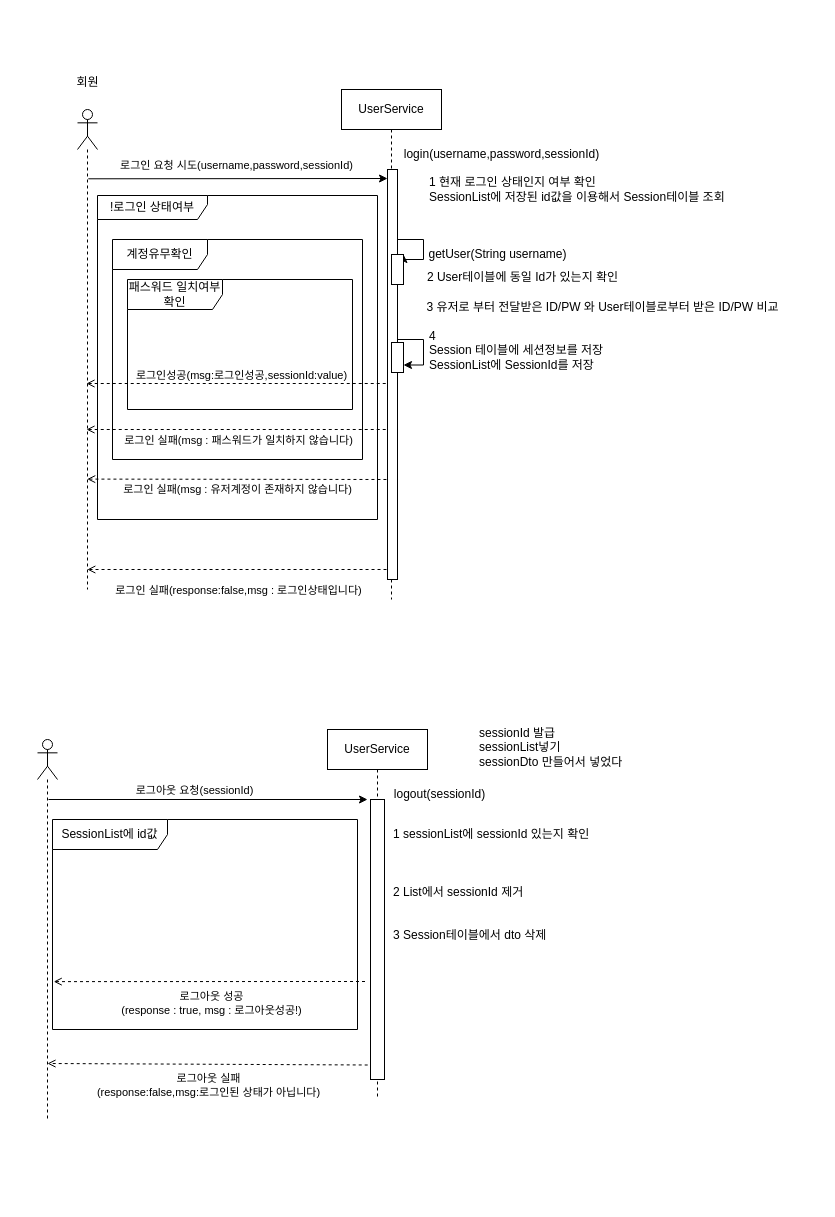
Before: src/Ch36/Document/03Day Logout Session.drawio in EM-ORG-2023-12-27/05_JAVA_ECLIPSE, a draw.io diagram. Source tidied: cells renumbered, new cells numbered last; positions are measured from the earlier drawing's top-left corner, leaving out a move shared by most shapes. Both pictures are drawn from the tidied source at 100%, with x=0, y=0 at pixel (37, 67).
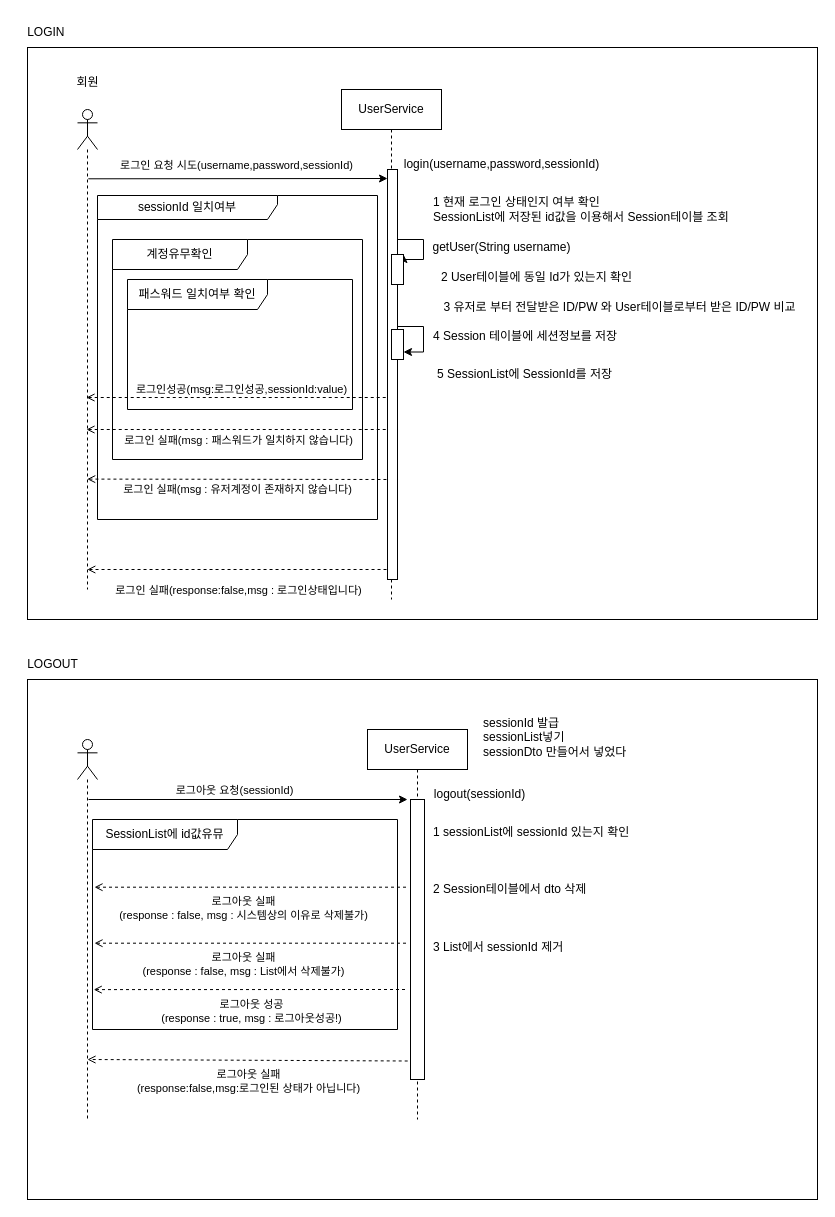
The same page after the edit.

Change to the diagram source:
```diff
@@
+    <mxCell id="42" style="html=1;whiteSpace=wrap;" parent="1" vertex="1">
+      <mxGeometry x="-10" y="612" width="790" height="520" as="geometry" />
+    </mxCell>
+    <mxCell id="43" style="html=1;whiteSpace=wrap;" parent="1" vertex="1">
+      <mxGeometry x="-10" y="-20" width="790" height="572" as="geometry" />
+    </mxCell>
@@
-    <mxCell id="5" value="4&amp;nbsp;&lt;div&gt;Session 테이블에 세션정보를 저장&lt;/div&gt;&lt;div&gt;SessionList에 SessionId를 저장&lt;br&gt;&lt;div&gt;&lt;br&gt;&lt;/div&gt;&lt;/div&gt;" style="text;html=1;align=left;verticalAlign=middle;strokeColor=none;fillColor=none;" parent="1" vertex="1">
-      <mxGeometry x="390" y="255" width="210" height="70" as="geometry" />
+    <mxCell id="5" value="4&amp;nbsp;&lt;span style=&quot;background-color: initial;&quot;&gt;Session 테이블에 세션정보를 저장&lt;/span&gt;&lt;div&gt;&lt;br&gt;&lt;div&gt;&lt;br&gt;&lt;/div&gt;&lt;div&gt;&lt;div&gt;&lt;br&gt;&lt;/div&gt;&lt;/div&gt;&lt;/div&gt;" style="text;html=1;align=left;verticalAlign=middle;strokeColor=none;fillColor=none;" parent="1" vertex="1">
+      <mxGeometry x="394" y="255" width="220" height="70" as="geometry" />
     </mxCell>
@@
     <mxCell id="11" value="1 현재 로그인 상태인지 여부 확인&lt;div&gt;SessionList에 저장된 id값을 이용해서 Session테이블 조회&lt;/div&gt;" style="text;html=1;align=left;verticalAlign=middle;strokeColor=none;fillColor=none;" parent="1" vertex="1">
-      <mxGeometry x="390" y="102" width="330" height="40" as="geometry" />
+      <mxGeometry x="394" y="122" width="330" height="40" as="geometry" />
     </mxCell>
-    <mxCell id="12" value="&lt;span style=&quot;text-wrap: nowrap;&quot;&gt;!로그인 상태여부&lt;/span&gt;" style="shape=umlFrame;whiteSpace=wrap;html=1;width=110;height=24;" parent="1" vertex="1">
+    <mxCell id="12" value="&lt;span style=&quot;text-wrap: nowrap;&quot;&gt;sessionId 일치여부&lt;/span&gt;" style="shape=umlFrame;whiteSpace=wrap;html=1;width=180;height=24;" parent="1" vertex="1">
       <mxGeometry x="60" y="128" width="280" height="324" as="geometry" />
     </mxCell>
@@
     <mxCell id="15" value="2 User테이블에 동일 Id가 있는지 확인" style="text;html=1;align=center;verticalAlign=middle;strokeColor=none;fillColor=none;" parent="1" vertex="1">
-      <mxGeometry x="370" y="195" width="230" height="30" as="geometry" />
+      <mxGeometry x="384" y="195" width="230" height="30" as="geometry" />
     </mxCell>
     <mxCell id="16" value="getUser(String username)" style="text;html=1;align=center;verticalAlign=middle;strokeColor=none;fillColor=none;" parent="1" vertex="1">
-      <mxGeometry x="380" y="172" width="160" height="30" as="geometry" />
+      <mxGeometry x="384" y="165" width="160" height="30" as="geometry" />
     </mxCell>
     <mxCell id="17" value="3 유저로 부터 전달받은 ID/PW 와 User테이블로부터 받은 ID/PW 비교" style="text;html=1;align=center;verticalAlign=middle;strokeColor=none;fillColor=none;" parent="1" vertex="1">
-      <mxGeometry x="370" y="225" width="390" height="30" as="geometry" />
+      <mxGeometry x="387" y="225" width="390" height="30" as="geometry" />
     </mxCell>
-    <mxCell id="18" value="계정유무확인" style="shape=umlFrame;whiteSpace=wrap;html=1;width=95;height=30;" parent="1" vertex="1">
+    <mxCell id="18" value="계정유무확인" style="shape=umlFrame;whiteSpace=wrap;html=1;width=135;height=30;" parent="1" vertex="1">
       <mxGeometry x="75" y="172" width="250" height="220" as="geometry" />
     </mxCell>
@@
-    <mxCell id="21" value="패스워드 일치여부 확인" style="shape=umlFrame;whiteSpace=wrap;html=1;width=95;height=30;" parent="1" vertex="1">
+    <mxCell id="21" value="패스워드 일치여부 확인" style="shape=umlFrame;whiteSpace=wrap;html=1;width=140;height=30;" parent="1" vertex="1">
       <mxGeometry x="90" y="212" width="225" height="130" as="geometry" />
     </mxCell>
@@
     <mxCell id="24" value="login(username,password,sessionId)" style="text;html=1;align=center;verticalAlign=middle;strokeColor=none;fillColor=none;" parent="1" vertex="1">
-      <mxGeometry x="354" y="72" width="220" height="30" as="geometry" />
+      <mxGeometry x="354" y="82" width="220" height="30" as="geometry" />
     </mxCell>
     <mxCell id="25" style="endArrow=none;startArrow=open;endFill=0;startFill=0;html=1;rounded=0;dashed=1;" parent="1" edge="1">
       <mxGeometry relative="1" as="geometry">
-        <mxPoint x="49" y="316" as="sourcePoint" />
-        <mxPoint x="350" y="316" as="targetPoint" />
+        <mxPoint x="49" y="330" as="sourcePoint" />
+        <mxPoint x="350" y="330" as="targetPoint" />
       </mxGeometry>
     </mxCell>
@@
     <mxCell id="27" style="edgeStyle=orthogonalEdgeStyle;rounded=0;orthogonalLoop=1;jettySize=auto;html=1;entryX=1;entryY=0.75;entryDx=0;entryDy=0;" parent="1" edge="1" source="28" target="28">
       <mxGeometry relative="1" as="geometry">
         <Array as="points">
-          <mxPoint x="360" y="272" />
-          <mxPoint x="386" y="272" />
-          <mxPoint x="386" y="297" />
+          <mxPoint x="360" y="259" />
+          <mxPoint x="386" y="259" />
+          <mxPoint x="386" y="284" />
         </Array>
       </mxGeometry>
     </mxCell>
     <mxCell id="28" style="rounded=0;whiteSpace=wrap;html=1;" parent="1" vertex="1">
-      <mxGeometry x="354" y="275" width="12" height="30" as="geometry" />
+      <mxGeometry x="354" y="262" width="12" height="30" as="geometry" />
     </mxCell>
     <mxCell id="29" style="shape=umlLifeline;perimeter=lifelinePerimeter;whiteSpace=wrap;html=1;newEdgeStyle={&quot;curved&quot;:0,&quot;rounded&quot;:0};participant=umlActor;" parent="1" vertex="1">
-      <mxGeometry y="672" width="20" height="380" as="geometry" />
+      <mxGeometry x="40" y="672" width="20" height="380" as="geometry" />
     </mxCell>
     <mxCell id="30" value="UserService" style="shape=umlLifeline;perimeter=lifelinePerimeter;whiteSpace=wrap;html=1;newEdgeStyle={&quot;curved&quot;:0,&quot;rounded&quot;:0};" parent="1" vertex="1">
-      <mxGeometry x="290" y="662" width="100" height="370" as="geometry" />
+      <mxGeometry x="330" y="662" width="100" height="390" as="geometry" />
     </mxCell>
     <mxCell id="31" style="endArrow=classic;html=1;rounded=0;" parent="1" edge="1">
       <mxGeometry relative="1" as="geometry">
-        <mxPoint x="11" y="732" as="sourcePoint" />
-        <mxPoint x="330" y="732" as="targetPoint" />
+        <mxPoint x="51" y="732" as="sourcePoint" />
+        <mxPoint x="370" y="732" as="targetPoint" />
       </mxGeometry>
     </mxCell>
@@
     <mxCell id="33" value="sessionId 발급&lt;div&gt;sessionList넣기&lt;/div&gt;&lt;div&gt;sessionDto 만들어서 넣었다&lt;/div&gt;&lt;div&gt;&lt;br&gt;&lt;/div&gt;" style="text;html=1;align=left;verticalAlign=middle;strokeColor=none;fillColor=none;" parent="1" vertex="1">
-      <mxGeometry x="440" y="652" width="170" height="70" as="geometry" />
+      <mxGeometry x="444" y="642" width="170" height="70" as="geometry" />
     </mxCell>
     <mxCell id="34" style="rounded=0;whiteSpace=wrap;html=1;" parent="1" vertex="1">
-      <mxGeometry x="333" y="732" width="14" height="280" as="geometry" />
+      <mxGeometry x="373" y="732" width="14" height="280" as="geometry" />
     </mxCell>
     <mxCell id="35" value="logout(sessionId)" style="text;html=1;align=center;verticalAlign=middle;strokeColor=none;fillColor=none;" parent="1" vertex="1">
-      <mxGeometry x="347" y="712" width="110" height="30" as="geometry" />
+      <mxGeometry x="387" y="712" width="110" height="30" as="geometry" />
     </mxCell>
-    <mxCell id="36" value="1 sessionList에 sessionId 있는지 확인&lt;div&gt;&lt;span style=&quot;background-color: initial;&quot;&gt;&lt;br&gt;&lt;/span&gt;&lt;/div&gt;&lt;div&gt;&lt;span style=&quot;background-color: initial;&quot;&gt;&lt;br&gt;&lt;/span&gt;&lt;/div&gt;&lt;div&gt;&lt;span style=&quot;background-color: initial;&quot;&gt;&lt;br&gt;&lt;/span&gt;&lt;/div&gt;&lt;div&gt;&lt;span style=&quot;background-color: initial;&quot;&gt;2 List에서 sessionId 제거&lt;/span&gt;&lt;br&gt;&lt;/div&gt;&lt;div&gt;&lt;br&gt;&lt;/div&gt;&lt;div&gt;&lt;br&gt;&lt;/div&gt;&lt;div&gt;3 Session테이블에서 dto 삭제&amp;nbsp;&lt;/div&gt;" style="text;html=1;align=left;verticalAlign=middle;strokeColor=none;fillColor=none;" parent="1" vertex="1">
-      <mxGeometry x="354" y="752" width="230" height="130" as="geometry" />
+    <mxCell id="36" value="1 sessionList에 sessionId 있는지 확인&lt;div&gt;&lt;span style=&quot;background-color: initial;&quot;&gt;&lt;br&gt;&lt;/span&gt;&lt;/div&gt;&lt;div&gt;&lt;span style=&quot;background-color: initial;&quot;&gt;&lt;br&gt;&lt;/span&gt;&lt;/div&gt;&lt;div&gt;&lt;span style=&quot;background-color: initial;&quot;&gt;&lt;br&gt;&lt;/span&gt;&lt;/div&gt;&lt;div&gt;&lt;span style=&quot;background-color: initial;&quot;&gt;2 Session테이블에서 dto 삭제&amp;nbsp;&lt;/span&gt;&lt;br&gt;&lt;/div&gt;&lt;div&gt;&lt;span style=&quot;background-color: initial;&quot;&gt;&lt;br&gt;&lt;/span&gt;&lt;/div&gt;&lt;div&gt;&lt;span style=&quot;background-color: initial;&quot;&gt;&lt;br&gt;&lt;/span&gt;&lt;/div&gt;&lt;div&gt;&lt;span style=&quot;background-color: initial;&quot;&gt;&lt;br&gt;&lt;/span&gt;&lt;/div&gt;&lt;div&gt;3 List에서 sessionId 제거&lt;span style=&quot;background-color: initial;&quot;&gt;&lt;br&gt;&lt;/span&gt;&lt;/div&gt;" style="text;html=1;align=left;verticalAlign=middle;strokeColor=none;fillColor=none;" parent="1" vertex="1">
+      <mxGeometry x="394" y="752" width="230" height="140" as="geometry" />
     </mxCell>
-    <mxCell id="37" value="SessionList에 id값" style="shape=umlFrame;whiteSpace=wrap;html=1;width=115;height=30;" parent="1" vertex="1">
-      <mxGeometry x="15" y="752" width="305" height="210" as="geometry" />
+    <mxCell id="37" value="SessionList에 id값유뮤" style="shape=umlFrame;whiteSpace=wrap;html=1;width=145;height=30;" parent="1" vertex="1">
+      <mxGeometry x="55" y="752" width="305" height="210" as="geometry" />
     </mxCell>
     <mxCell id="38" style="endArrow=open;html=1;rounded=0;exitX=-0.34;exitY=0.95;exitDx=0;exitDy=0;exitPerimeter=0;dashed=1;endFill=0;" parent="1" edge="1">
       <mxGeometry relative="1" as="geometry">
-        <mxPoint x="330.2" y="997.5" as="sourcePoint" />
-        <mxPoint x="10" y="996" as="targetPoint" />
+        <mxPoint x="370.2" y="993.5" as="sourcePoint" />
+        <mxPoint x="50" y="992" as="targetPoint" />
       </mxGeometry>
     </mxCell>
@@
-    <mxCell id="40" style="endArrow=open;html=1;rounded=0;exitX=-0.34;exitY=0.95;exitDx=0;exitDy=0;exitPerimeter=0;dashed=1;endFill=0;entryX=0.004;entryY=0.772;entryDx=0;entryDy=0;entryPerimeter=0;" parent="1" edge="1" target="37">
+    <mxCell id="40" style="endArrow=open;html=1;rounded=0;exitX=-0.34;exitY=0.95;exitDx=0;exitDy=0;exitPerimeter=0;dashed=1;endFill=0;entryX=0.004;entryY=0.772;entryDx=0;entryDy=0;entryPerimeter=0;" parent="1" edge="1">
       <mxGeometry relative="1" as="geometry">
-        <mxPoint x="327.5" y="914" as="sourcePoint" />
+        <mxPoint x="367.5" y="922" as="sourcePoint" />
+        <mxPoint x="56.2" y="922.1" as="targetPoint" />
       </mxGeometry>
     </mxCell>
@@
+    <mxCell id="44" style="endArrow=open;html=1;rounded=0;exitX=-0.34;exitY=0.95;exitDx=0;exitDy=0;exitPerimeter=0;dashed=1;endFill=0;entryX=0.004;entryY=0.772;entryDx=0;entryDy=0;entryPerimeter=0;" parent="1" edge="1">
+      <mxGeometry relative="1" as="geometry">
+        <mxPoint x="368.5" y="819.7" as="sourcePoint" />
+        <mxPoint x="57" y="819.7" as="targetPoint" />
+      </mxGeometry>
+    </mxCell>
+    <mxCell id="45" value="로그아웃 실패&lt;div&gt;(response : false, msg : 시스템상의 이유로 삭제불가)&lt;/div&gt;" style="edgeLabel;html=1;align=center;verticalAlign=middle;" parent="44" vertex="1">
+      <mxGeometry x="0.28" y="1" relative="1" as="geometry">
+        <mxPoint x="36" y="20" as="offset" />
+      </mxGeometry>
+    </mxCell>
+    <mxCell id="46" style="endArrow=open;html=1;rounded=0;exitX=-0.34;exitY=0.95;exitDx=0;exitDy=0;exitPerimeter=0;dashed=1;endFill=0;entryX=0.004;entryY=0.772;entryDx=0;entryDy=0;entryPerimeter=0;" parent="1" edge="1">
+      <mxGeometry relative="1" as="geometry">
+        <mxPoint x="368.5" y="875.7" as="sourcePoint" />
+        <mxPoint x="57" y="875.7" as="targetPoint" />
+      </mxGeometry>
+    </mxCell>
+    <mxCell id="47" value="로그아웃 실패&lt;div&gt;(response : false, msg : List에서 삭제불가)&lt;/div&gt;" style="edgeLabel;html=1;align=center;verticalAlign=middle;" parent="46" vertex="1">
+      <mxGeometry x="0.28" y="1" relative="1" as="geometry">
+        <mxPoint x="36" y="20" as="offset" />
+      </mxGeometry>
+    </mxCell>
+    <mxCell id="48" value="LOGIN&amp;nbsp;" style="text;html=1;align=center;verticalAlign=middle;strokeColor=none;fillColor=none;" parent="1" vertex="1">
+      <mxGeometry x="-20" y="-50" width="60" height="30" as="geometry" />
+    </mxCell>
+    <mxCell id="49" value="LOGOUT" style="text;html=1;align=center;verticalAlign=middle;strokeColor=none;fillColor=none;" parent="1" vertex="1">
+      <mxGeometry x="-20" y="582" width="70" height="30" as="geometry" />
+    </mxCell>
+    <mxCell id="50" value="5&amp;nbsp;&lt;span style=&quot;text-align: left;&quot;&gt;SessionList에 SessionId를 저장&lt;/span&gt;" style="text;html=1;align=center;verticalAlign=middle;strokeColor=none;fillColor=none;" parent="1" vertex="1">
+      <mxGeometry x="387" y="292" width="200" height="30" as="geometry" />
+    </mxCell>
```
